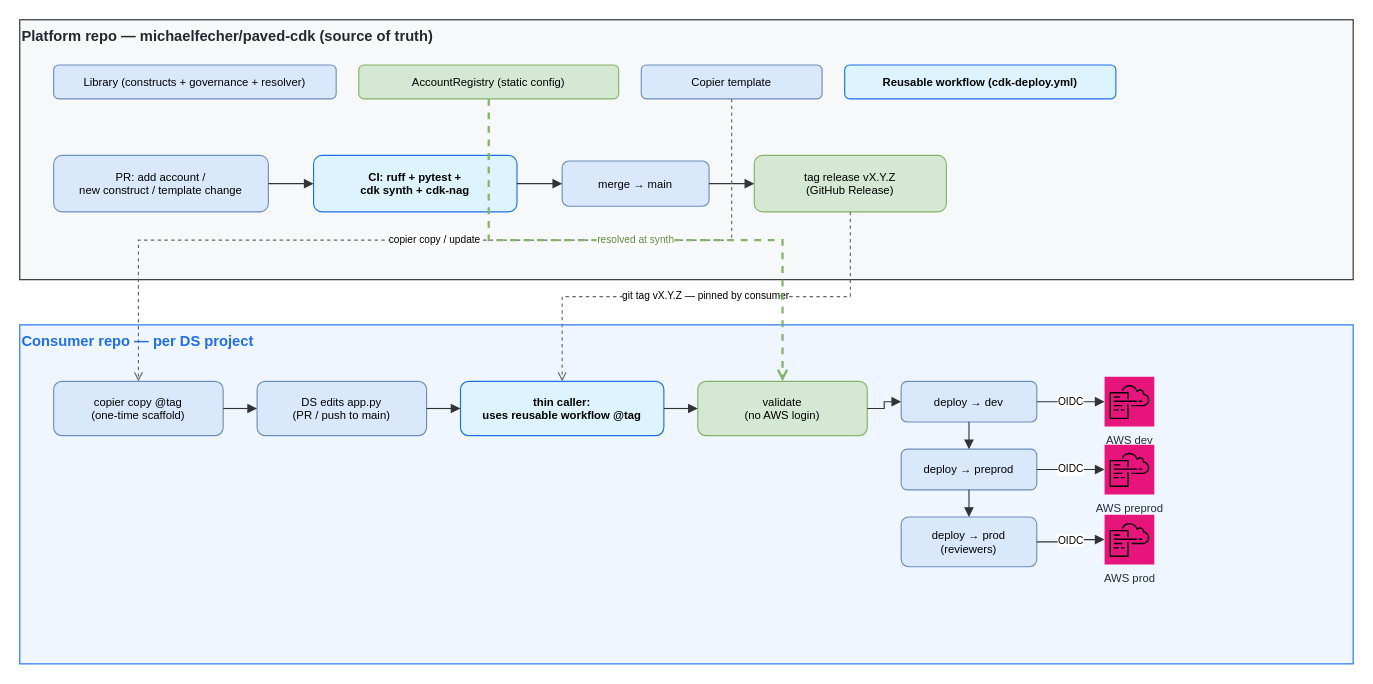
The draw.io diagram page "Repos & Workflows" (3 of 3) of docs/diagrams/paved-cdk-hld.drawio in michaelfecher/paved-cdk, before the edit. Source tidied: cells renumbered, new cells numbered last; positions are measured from the earlier drawing's top-left corner, leaving out a move shared by most shapes. Both pictures are drawn from the tidied source at 113%, with x=0, y=0 at pixel (19, 19).
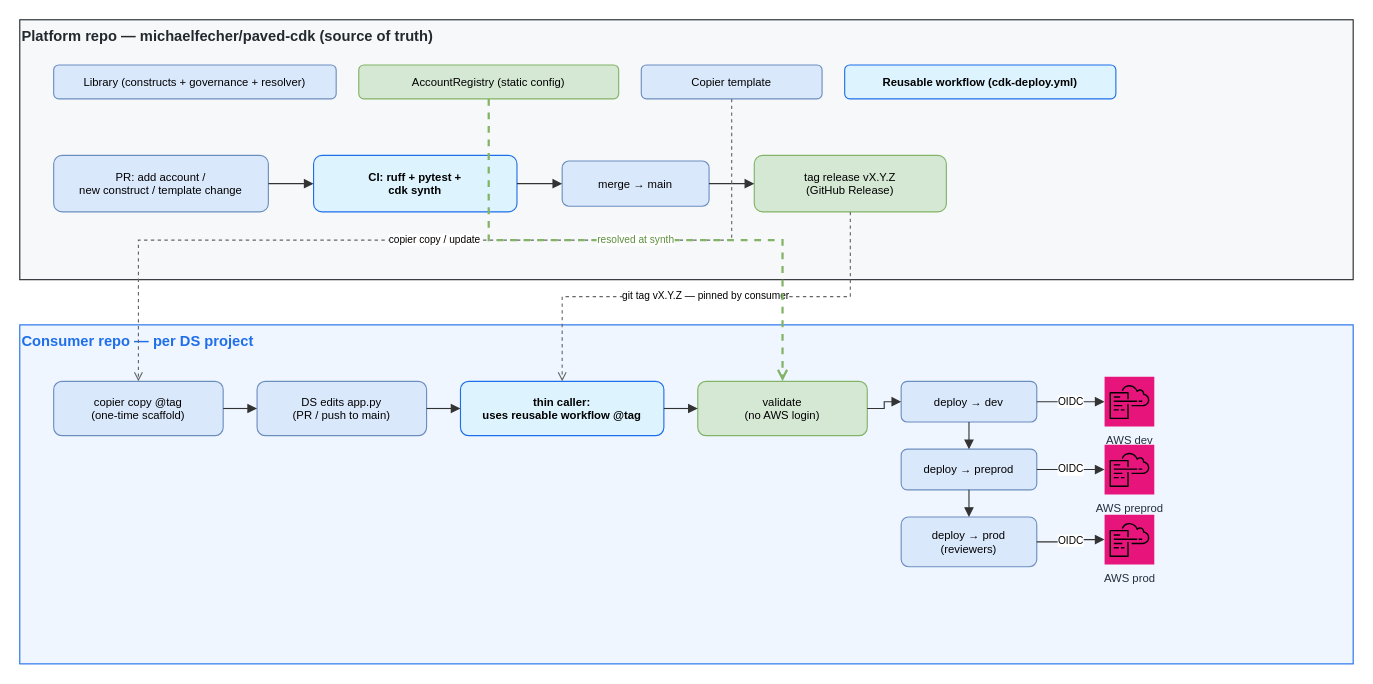
After the change.

Change to the diagram source:
```diff
@@
-    <mxCell id="8" value="CI: ruff + pytest +&lt;br&gt;cdk synth + cdk-nag" style="rounded=1;whiteSpace=wrap;html=1;strokeColor=#1F6FEB;fillColor=#DDF4FF;fontSize=10;fontStyle=1;" parent="1" vertex="1">
+    <mxCell id="8" value="CI: ruff + pytest +&lt;br&gt;cdk synth" style="rounded=1;whiteSpace=wrap;html=1;strokeColor=#1F6FEB;fillColor=#DDF4FF;fontSize=10;fontStyle=1;" parent="1" vertex="1">
       <mxGeometry x="260" y="120" width="180" height="50" as="geometry" />
     </mxCell>
```
